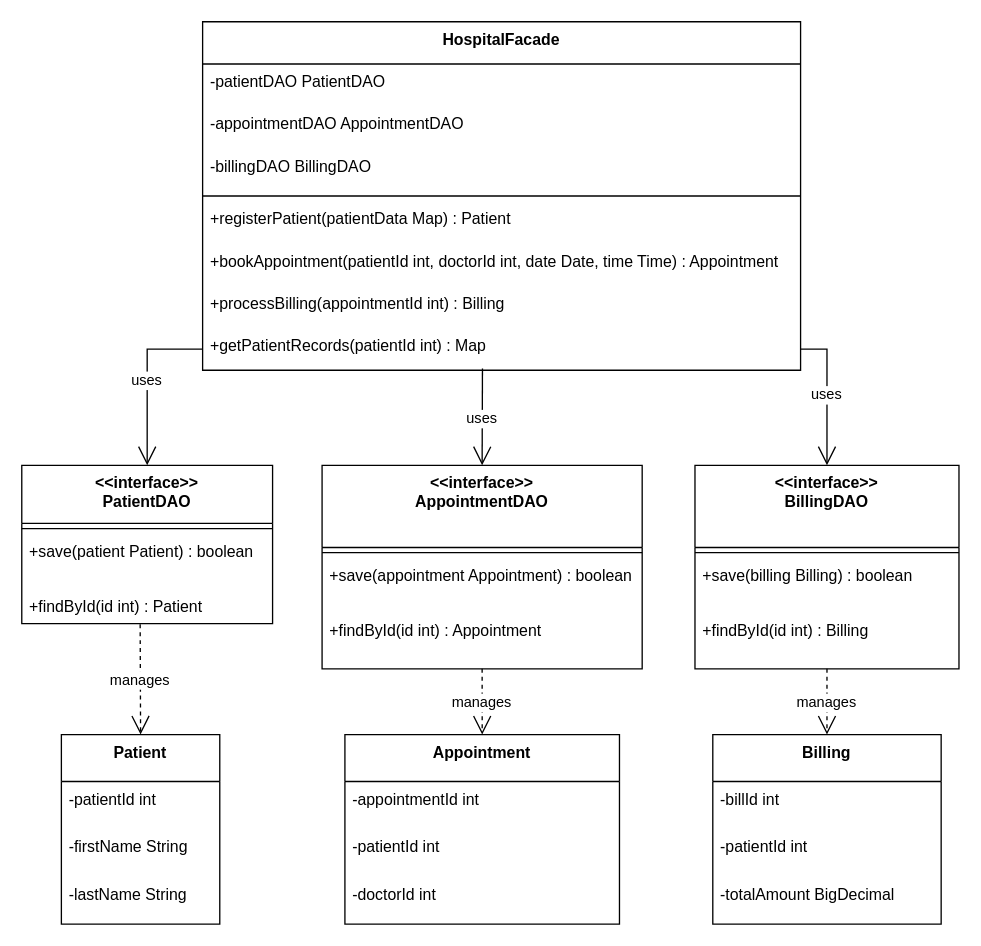
Earlier version of the draw.io diagram uml/Facade.drawio (TAAgnes3110/DesignPatterns). Source tidied: cells renumbered, new cells numbered last; positions are measured from the earlier drawing's top-left corner, leaving out a move shared by most shapes. Both pictures are drawn from the tidied source at 132%, with x=0, y=0 at pixel (21, 21).
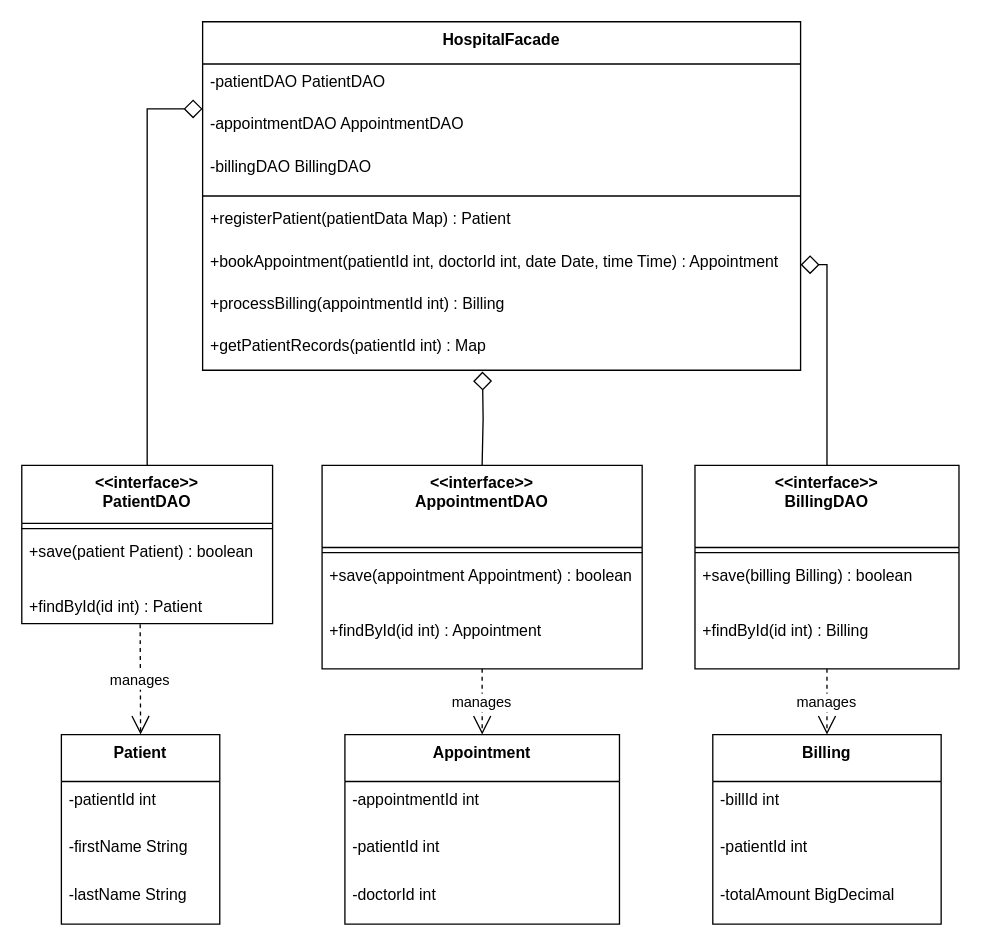
The same diagram, later.

Unchanged cells that the change refers to:
```xml
<mxCell id="14" value="&lt;&lt;interface&gt;&gt;&#10;PatientDAO" style="swimlane;fontStyle=1;align=center;verticalAlign=top;horizontal=1;startSize=44;" parent="1" vertex="1">
  <mxGeometry y="336" width="190" height="120" as="geometry" />
</mxCell>
<mxCell id="18" value="&lt;&lt;interface&gt;&gt;&#10;AppointmentDAO" style="swimlane;fontStyle=1;align=center;verticalAlign=top;horizontal=1;startSize=62.25;" parent="1" vertex="1">
  <mxGeometry x="227.5" y="336" width="242.5" height="154.2" as="geometry" />
</mxCell>
<mxCell id="22" value="&lt;&lt;interface&gt;&gt;&#10;BillingDAO" style="swimlane;fontStyle=1;align=center;verticalAlign=top;horizontal=1;startSize=62.25;" parent="1" vertex="1">
  <mxGeometry x="510" y="336" width="200" height="154.2" as="geometry" />
</mxCell>
<mxCell id="26" value="HospitalFacade" style="swimlane;fontStyle=1;align=center;verticalAlign=top;horizontal=1;startSize=32;" parent="1" vertex="1">
  <mxGeometry x="137" width="453" height="264" as="geometry" />
</mxCell>
<mxCell id="32" value="+bookAppointment(patientId int, doctorId int, date Date, time Time) : Appointment" style="text;strokeColor=none;fillColor=none;align=left;verticalAlign=top;spacingLeft=4;spacingRight=4;overflow=hidden;points=[[0,0.5],[1,0.5]];portConstraint=eastwest;" parent="26" vertex="1">
  <mxGeometry y="168" width="453" height="32" as="geometry" />
</mxCell>
<mxCell id="34" value="+getPatientRecords(patientId int) : Map" style="text;strokeColor=none;fillColor=none;align=left;verticalAlign=top;spacingLeft=4;spacingRight=4;overflow=hidden;points=[[0,0.5],[1,0.5]];portConstraint=eastwest;" parent="26" vertex="1">
  <mxGeometry y="232" width="453" height="32" as="geometry" />
</mxCell>
```

What changed in the source:
```diff
@@
-    <mxCell id="35" value="uses" style="startArrow=none;endArrow=open;endSize=12;exitX=0;exitY=0.5;entryX=0.5;entryY=0;rounded=0;exitDx=0;exitDy=0;edgeStyle=orthogonalEdgeStyle;" parent="1" edge="1" source="34" target="14">
-      <mxGeometry relative="1" as="geometry" />
-    </mxCell>
-    <mxCell id="36" value="uses" style="startArrow=none;endArrow=open;endSize=12;exitX=0.468;exitY=0.959;entryX=0.5;entryY=0;rounded=0;exitDx=0;exitDy=0;exitPerimeter=0;" parent="1" edge="1" source="34" target="18">
-      <mxGeometry relative="1" as="geometry" />
-    </mxCell>
-    <mxCell id="37" value="uses" style="startArrow=none;endArrow=open;endSize=12;exitX=1;exitY=0.5;entryX=0.5;entryY=0;rounded=0;exitDx=0;exitDy=0;edgeStyle=orthogonalEdgeStyle;" parent="1" edge="1" source="34" target="22">
-      <mxGeometry relative="1" as="geometry" />
-    </mxCell>
+    <mxCell id="41" style="startArrow=diamond;startSize=12;startFill=0;endArrow=none;exitX=0;exitY=0.25;entryX=0.5;entryY=0;rounded=0;exitDx=0;exitDy=0;edgeStyle=orthogonalEdgeStyle;" parent="1" edge="1" source="26" target="14">
+      <mxGeometry relative="1" as="geometry" />
+    </mxCell>
+    <mxCell id="42" style="startArrow=diamond;startSize=12;startFill=0;endArrow=none;entryX=0.5;entryY=0;rounded=0;edgeStyle=orthogonalEdgeStyle;" parent="1" edge="1" target="18">
+      <mxGeometry relative="1" as="geometry">
+        <mxPoint x="349" y="265" as="sourcePoint" />
+      </mxGeometry>
+    </mxCell>
+    <mxCell id="43" style="startArrow=diamond;startSize=12;startFill=0;endArrow=none;exitX=1;exitY=0.5;entryX=0.5;entryY=0;rounded=0;exitDx=0;exitDy=0;edgeStyle=orthogonalEdgeStyle;" parent="1" edge="1" source="32" target="22">
+      <mxGeometry relative="1" as="geometry" />
+    </mxCell>
```
